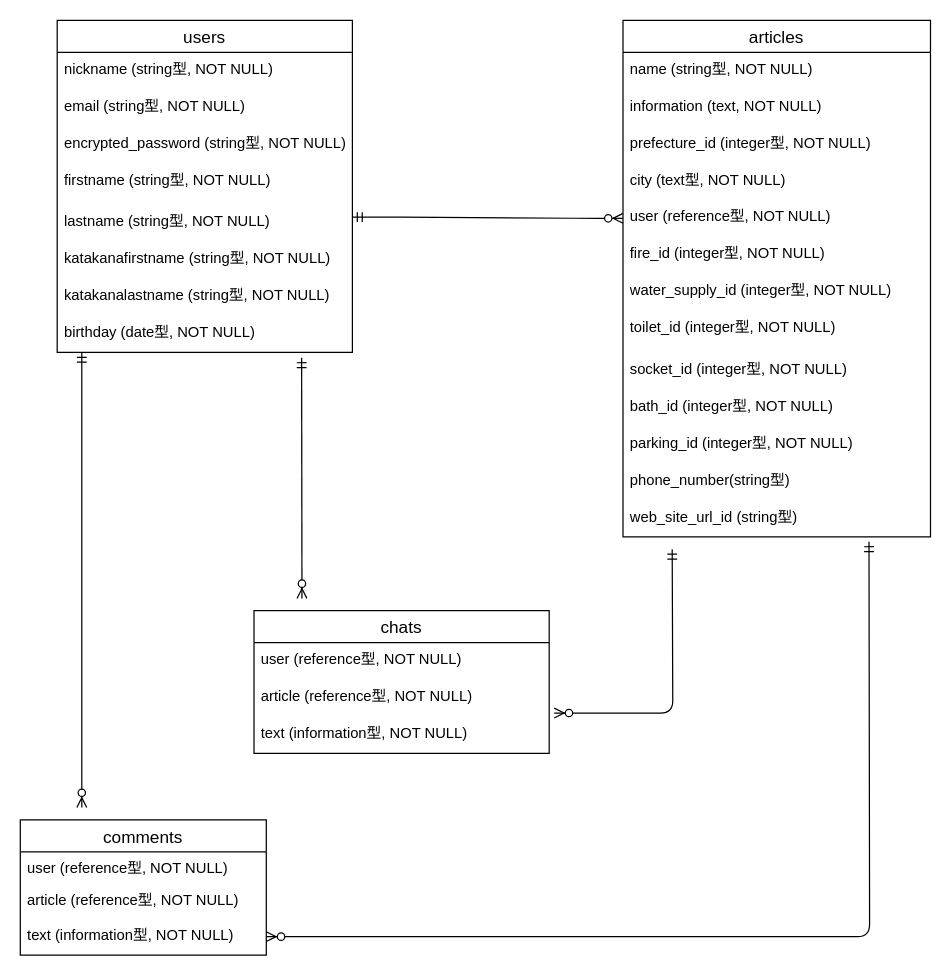
Earlier version of the draw.io diagram ERcamp.dio (87takakura/campapp-31513). Source tidied: cells renumbered, new cells numbered last; positions are measured from the earlier drawing's top-left corner, leaving out a move shared by most shapes. Both pictures are drawn from the tidied source at 123%, with x=0, y=0 at pixel (20, 20).
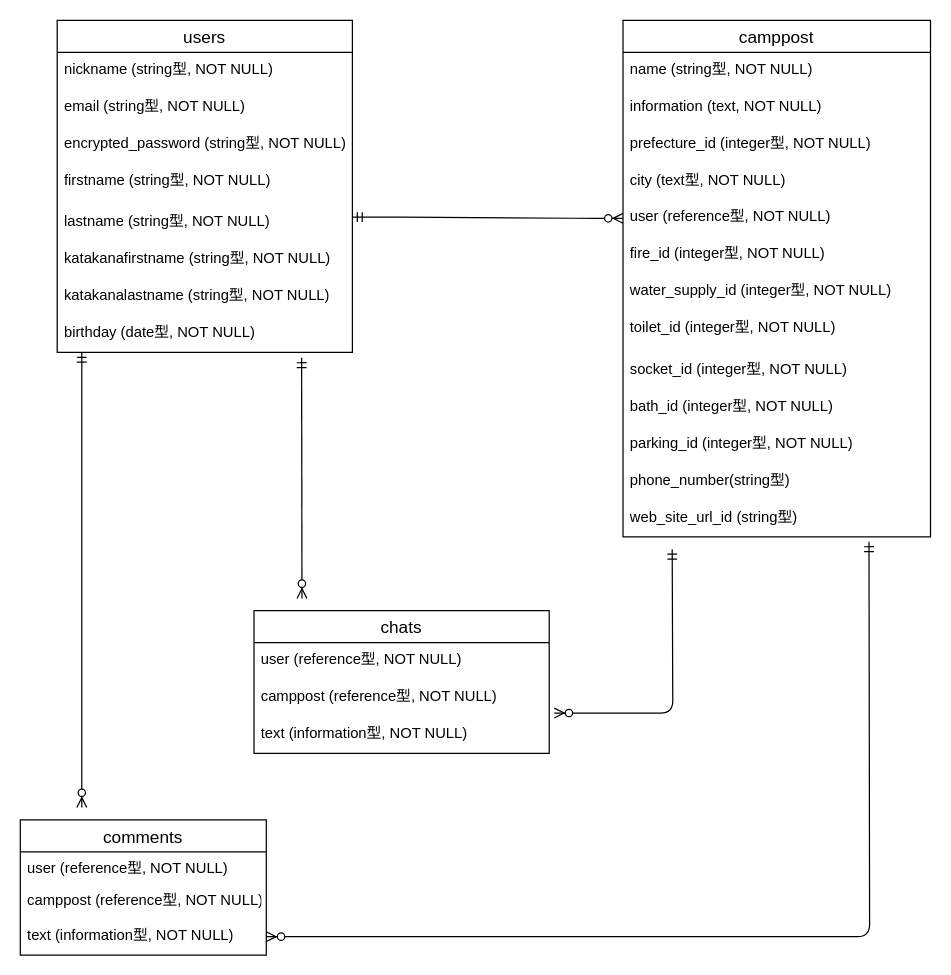
After the change.

The change refers to these unchanged cells:
```xml
<mxCell id="25" value="chats" style="swimlane;fontStyle=0;horizontal=1;startSize=26;align=center;fontSize=14;" parent="1" vertex="1">
  <mxGeometry x="190" y="480" width="240" height="116" as="geometry" />
</mxCell>
<mxCell id="29" value="comments" style="swimlane;fontStyle=0;horizontal=1;startSize=26;align=center;fontSize=14;" parent="1" vertex="1">
  <mxGeometry y="650" width="200" height="110" as="geometry" />
</mxCell>
```

What changed in the source:
```diff
@@
-    <mxCell id="11" value="articles" style="swimlane;fontStyle=0;horizontal=1;startSize=26;align=center;fontSize=14;" parent="1" vertex="1">
+    <mxCell id="11" value="camppost" style="swimlane;fontStyle=0;horizontal=1;startSize=26;align=center;fontSize=14;" parent="1" vertex="1">
       <mxGeometry x="490" width="250" height="420" as="geometry" />
     </mxCell>
@@
-    <mxCell id="27" value="article (reference型, NOT NULL)&#10;" style="text;strokeColor=none;fillColor=none;spacingLeft=4;spacingRight=4;overflow=hidden;fontSize=12;" parent="25" vertex="1">
+    <mxCell id="27" value="camppost (reference型, NOT NULL)&#10;" style="text;strokeColor=none;fillColor=none;spacingLeft=4;spacingRight=4;overflow=hidden;fontSize=12;" parent="25" vertex="1">
       <mxGeometry y="56" width="240" height="30" as="geometry" />
     </mxCell>
@@
-    <mxCell id="31" value="article (reference型, NOT NULL)" style="text;strokeColor=none;fillColor=none;spacingLeft=4;spacingRight=4;overflow=hidden;fontSize=12;" parent="29" vertex="1">
+    <mxCell id="31" value="camppost (reference型, NOT NULL)" style="text;strokeColor=none;fillColor=none;spacingLeft=4;spacingRight=4;overflow=hidden;fontSize=12;" parent="29" vertex="1">
       <mxGeometry y="52" width="200" height="28" as="geometry" />
     </mxCell>
```
